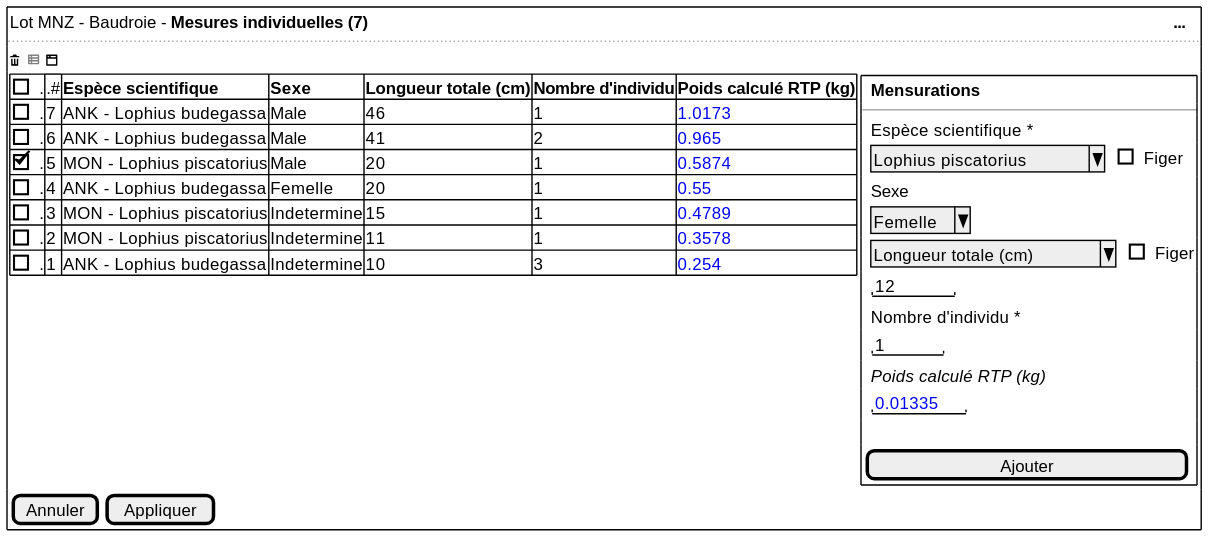
sumaris-net/sumaris-doc keeps this PlantUML diagram as projects/common/spe/images/individual-measures.svg. Above is the earlier version.
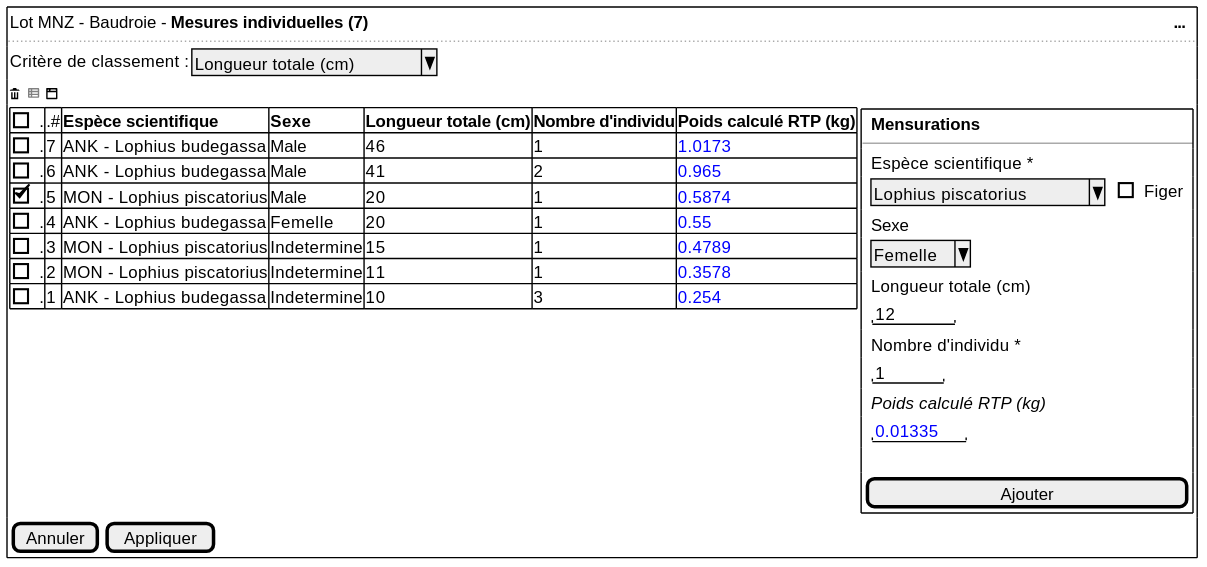
Above is the later version.

The edit, as a diff of the source:
```diff
@@ -2,6 +2,9 @@
  {+
   { Lot MNZ - Baudroie - <b>Mesures individuelles (7) | . | . |. |. |. |. |. |. |. |. |. |. |. |. |. |. |. |. |. |. |. |. |. |. |. |. |. |. |. |. |. |. |. |. |. |. |. |. |. |. |. |. |. |. |. |. |. |. |. |. |. |. |. |. |. |. |. |. |. |. |. |. |. |. |. |. |. |. |. |. |. |. |. |. |. |. |. |. |. |. |. |. |. |. |. |. |. |. |. |. |. |. |. |. |. |. |. |. |. |. |. |. |. |. |. |. |. |. |. |. |. |. |. |. |<b> ...}
   ..
+
+  { | Critère de classement : | ^Longueur totale (cm)^ | .  }
+
   <&trash> <color:grey><&spreadsheet></color> <&browser>
 
   {
@@ -26,7 +29,7 @@
         { | . | Sexe  | . }
         { | . | ^Femelle^  }
 
-        { | . | ^Longueur totale (cm)^ | .  | [ ] Figer }
+        { | . | Longueur totale (cm) | .  }
         { | . | "   12  "  }
 
         { | . | Nombre d'individu * | .  }
```
